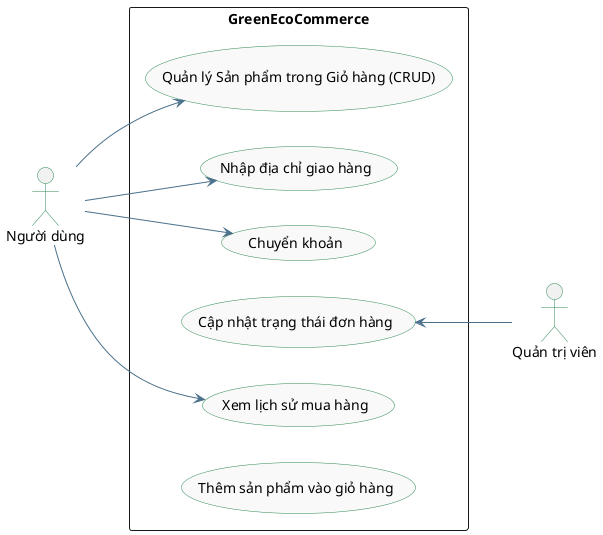
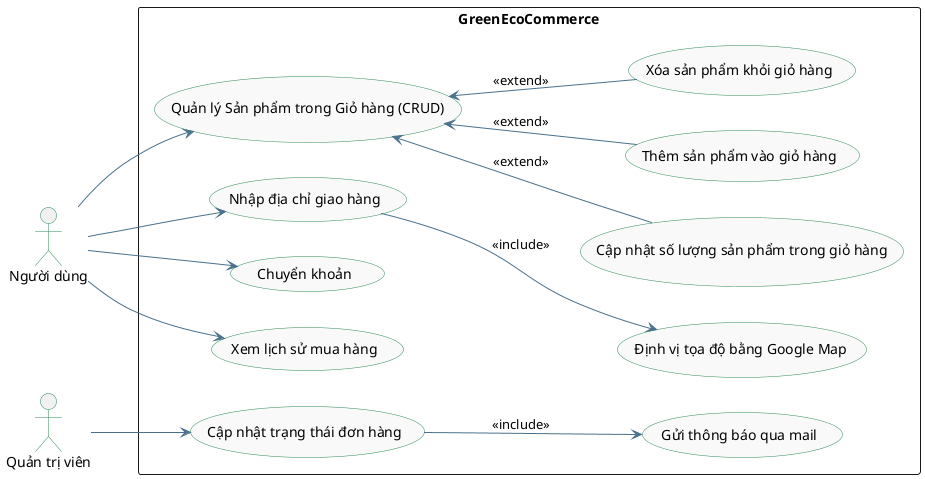
@startuml GreenEcoCommerce_UseCase_Cart_Order_v1.0.0
left to right direction

' Cấu hình giao diện
skinparam packageStyle rectangle
skinparam UseCaseBackgroundColor #F9F9F9
skinparam UseCaseBorderColor #2E8B57
skinparam ActorBorderColor #2E8B57
skinparam ArrowColor #4A708B

actor "Người dùng" as User
actor "Quản trị viên" as Admin

rectangle "GreenEcoCommerce" {
  usecase "Quản lý Sản phẩm trong Giỏ hàng (CRUD)" as UC_ManageProductCart
  usecase "Nhập địa chỉ giao hàng" as UC_ProvideAddress
  usecase "Chuyển khoản" as UC_Transfer
  usecase "Cập nhật trạng thái đơn hàng" as UC_UpdateOrderStatus
  usecase "Xem lịch sử mua hàng" as UC_ViewOrderHistory

-   usecase "Thêm sản phẩm vào giỏ hàng" as UC_AddProduct
+   usecase "Thêm sản phẩm vào giỏ hàng" as UC_AddProductInCategory
+   usecase "Xóa sản phẩm khỏi giỏ hàng" as UC_RemoveProductInCategory
+   usecase "Cập nhật số lượng sản phẩm trong giỏ hàng" as UC_UpdateAmoutProductInCategory
+   usecase "Định vị tọa độ bằng Google Map" as UC_Locate
+   usecase "Gửi thông báo qua mail" as UC_NotifyByEmail
+   ' usecase "Cập nhật điểm xanh" as UC_UpdateGreenPoint
}

User --> UC_ManageProductCart
User --> UC_ProvideAddress
User --> UC_Transfer
User --> UC_ViewOrderHistory

- UC_UpdateOrderStatus <-- Admin
+ UC_ManageProductCart <-- UC_AddProductInCategory : <<extend>>
+ UC_ManageProductCart <-- UC_RemoveProductInCategory : <<extend>>
+ UC_ManageProductCart <-- UC_UpdateAmoutProductInCategory : <<extend>>
+ UC_ProvideAddress --> UC_Locate : <<include>>
+ UC_UpdateOrderStatus --> UC_NotifyByEmail : <<include>>
+ 
+ Admin --> UC_UpdateOrderStatus

@enduml
